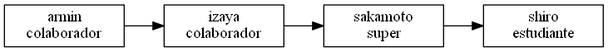
Before: BIN/usuario.png, a diagram exported from Graphviz (MacoChave/Proyecto2-SistemaAsignacion). Its source is kept beside it as BIN/usuario.dot.
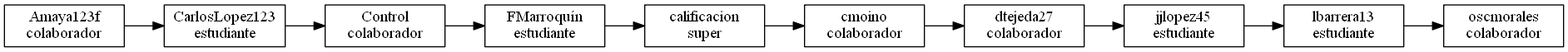
Later version of the same file.

Change to the diagram source:
```diff
@@ -3,14 +3,32 @@
 	rankdir=LR
 	node [shape=record,width=1.5,height=.5];
 
-USarmin[label = "armin\ncolaborador"];
-USarmin -> USizaya;
+USAmaya123f[label = "Amaya123f\ncolaborador"];
+USAmaya123f -> USCarlosLopez123;
 
-USizaya[label = "izaya\ncolaborador"];
-USizaya -> USsakamoto;
+USCarlosLopez123[label = "CarlosLopez123\nestudiante"];
+USCarlosLopez123 -> USControl;
 
-USsakamoto[label = "sakamoto\nsuper"];
-USsakamoto -> USshiro;
+USControl[label = "Control\ncolaborador"];
+USControl -> USFMarroquín;
 
-USshiro[label = "shiro\nestudiante"];
+USFMarroquín[label = "FMarroquín\nestudiante"];
+USFMarroquín -> UScalificacion;
+
+UScalificacion[label = "calificacion\nsuper"];
+UScalificacion -> UScmoino;
+
+UScmoino[label = "cmoino\ncolaborador"];
+UScmoino -> USdtejeda27;
+
+USdtejeda27[label = "dtejeda27\ncolaborador"];
+USdtejeda27 -> USjjlopez45;
+
+USjjlopez45[label = "jjlopez45\nestudiante"];
+USjjlopez45 -> USlbarrera13;
+
+USlbarrera13[label = "lbarrera13\nestudiante"];
+USlbarrera13 -> USoscmorales;
+
+USoscmorales[label = "oscmorales\ncolaborador"];
 }
```
